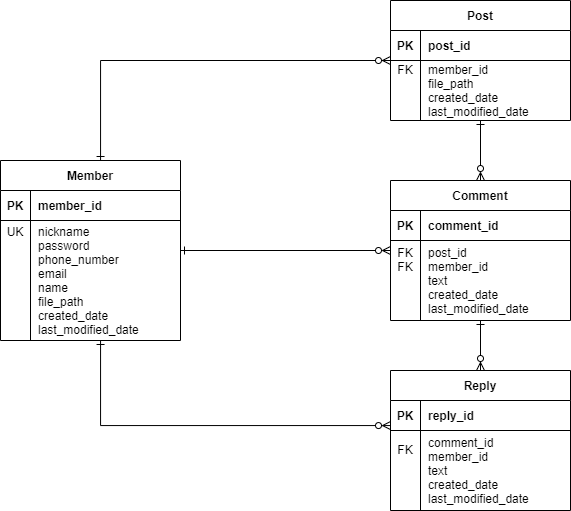
Above: Sprint1 Table.drawio.png in JunYoung-C/Instagram (draw.io), before the change. Source tidied: cells renumbered, new cells last; positions are measured from the earlier drawing's top-left corner, leaving out a move shared by most shapes. Its diagram source:
```xml
<mxGraphModel>
  <root>
    <mxCell id="0" />
    <mxCell id="1" parent="0" />
    <mxCell id="2" value="Member" style="shape=table;startSize=30;rowLines=0;fontStyle=1;align=center;" parent="1" vertex="1">
      <mxGeometry y="160" width="180" height="180" as="geometry" />
    </mxCell>
    <mxCell id="3" style="shape=tableRow;horizontal=0;startSize=0;swimlaneHead=0;swimlaneBody=0;fillColor=none;top=0;left=0;right=0;bottom=1;" parent="2" vertex="1">
      <mxGeometry y="30" width="180" height="30" as="geometry" />
    </mxCell>
    <mxCell id="4" value="PK" style="shape=partialRectangle;fillColor=none;top=0;left=0;bottom=0;right=0;fontStyle=1;overflow=hidden;" parent="3" vertex="1">
      <mxGeometry width="30" height="30" as="geometry" />
    </mxCell>
    <mxCell id="5" value="member_id" style="shape=partialRectangle;fillColor=none;top=0;left=0;bottom=0;right=0;align=left;spacingLeft=6;fontStyle=1;overflow=hidden;strokeColor=default;" parent="3" vertex="1">
      <mxGeometry x="30" width="150" height="30" as="geometry" />
    </mxCell>
    <mxCell id="6" style="shape=tableRow;horizontal=0;startSize=0;swimlaneHead=0;swimlaneBody=0;fillColor=none;top=0;left=0;right=0;bottom=0;" parent="2" vertex="1">
      <mxGeometry y="60" width="180" height="120" as="geometry" />
    </mxCell>
    <mxCell id="7" value="UK&#10;&#10;&#10;&#10;&#10;&#10;&#10;" style="shape=partialRectangle;fillColor=none;top=0;left=0;bottom=0;right=0;overflow=hidden;" parent="6" vertex="1">
      <mxGeometry width="30" height="120" as="geometry" />
    </mxCell>
    <mxCell id="8" value="nickname&#10;password&#10;phone_number&#10;email&#10;name&#10;file_path&#10;created_date&#10;last_modified_date" style="shape=partialRectangle;fillColor=none;top=0;left=0;bottom=0;right=0;align=left;spacingLeft=6;overflow=hidden;" parent="6" vertex="1">
      <mxGeometry x="30" width="150" height="120" as="geometry" />
    </mxCell>
    <mxCell id="9" value="Reply" style="shape=table;startSize=30;rowLines=0;fontStyle=1;align=center;" parent="1" vertex="1">
      <mxGeometry x="390" y="370" width="180" height="140" as="geometry" />
    </mxCell>
    <mxCell id="10" style="shape=tableRow;horizontal=0;startSize=0;swimlaneHead=0;swimlaneBody=0;fillColor=none;top=0;left=0;right=0;bottom=1;" parent="9" vertex="1">
      <mxGeometry y="30" width="180" height="30" as="geometry" />
    </mxCell>
    <mxCell id="11" value="PK" style="shape=partialRectangle;fillColor=none;top=0;left=0;bottom=0;right=0;fontStyle=1;overflow=hidden;" parent="10" vertex="1">
      <mxGeometry width="30" height="30" as="geometry" />
    </mxCell>
    <mxCell id="12" value="reply_id" style="shape=partialRectangle;fillColor=none;top=0;left=0;bottom=0;right=0;align=left;spacingLeft=6;fontStyle=1;overflow=hidden;" parent="10" vertex="1">
      <mxGeometry x="30" width="150" height="30" as="geometry" />
    </mxCell>
    <mxCell id="13" style="shape=tableRow;horizontal=0;startSize=0;swimlaneHead=0;swimlaneBody=0;fillColor=none;top=0;left=0;right=0;bottom=0;" parent="9" vertex="1">
      <mxGeometry y="60" width="180" height="80" as="geometry" />
    </mxCell>
    <mxCell id="14" value="FK&#10;&#10;&#10;" style="shape=partialRectangle;fillColor=none;top=0;left=0;bottom=0;right=0;overflow=hidden;" parent="13" vertex="1">
      <mxGeometry width="30" height="80" as="geometry" />
    </mxCell>
    <mxCell id="15" value="comment_id&#10;member_id&#10;text&#10;created_date&#10;last_modified_date" style="shape=partialRectangle;fillColor=none;top=0;left=0;bottom=0;right=0;align=left;spacingLeft=6;overflow=hidden;" parent="13" vertex="1">
      <mxGeometry x="30" width="150" height="80" as="geometry" />
    </mxCell>
    <mxCell id="16" value="Comment" style="shape=table;startSize=30;rowLines=0;fontStyle=1;align=center;" parent="1" vertex="1">
      <mxGeometry x="390" y="180" width="180" height="140" as="geometry" />
    </mxCell>
    <mxCell id="17" style="shape=tableRow;horizontal=0;startSize=0;swimlaneHead=0;swimlaneBody=0;fillColor=none;top=0;left=0;right=0;bottom=1;" parent="16" vertex="1">
      <mxGeometry y="30" width="180" height="30" as="geometry" />
    </mxCell>
    <mxCell id="18" value="PK" style="shape=partialRectangle;fillColor=none;top=0;left=0;bottom=0;right=0;fontStyle=1;overflow=hidden;" parent="17" vertex="1">
      <mxGeometry width="30" height="30" as="geometry" />
    </mxCell>
    <mxCell id="19" value="comment_id" style="shape=partialRectangle;fillColor=none;top=0;left=0;bottom=0;right=0;align=left;spacingLeft=6;fontStyle=1;overflow=hidden;" parent="17" vertex="1">
      <mxGeometry x="30" width="150" height="30" as="geometry" />
    </mxCell>
    <mxCell id="20" style="shape=tableRow;horizontal=0;startSize=0;swimlaneHead=0;swimlaneBody=0;fillColor=none;top=0;left=0;right=0;bottom=0;" parent="16" vertex="1">
      <mxGeometry y="60" width="180" height="80" as="geometry" />
    </mxCell>
    <mxCell id="21" value="FK&#10;FK&#10;&#10;&#10;" style="shape=partialRectangle;fillColor=none;top=0;left=0;bottom=0;right=0;overflow=hidden;" parent="20" vertex="1">
      <mxGeometry width="30" height="80" as="geometry" />
    </mxCell>
    <mxCell id="22" value="post_id&#10;member_id&#10;text&#10;created_date&#10;last_modified_date" style="shape=partialRectangle;fillColor=none;top=0;left=0;bottom=0;right=0;align=left;spacingLeft=6;overflow=hidden;" parent="20" vertex="1">
      <mxGeometry x="30" width="150" height="80" as="geometry" />
    </mxCell>
    <mxCell id="23" style="edgeStyle=orthogonalEdgeStyle;rounded=0;jettySize=auto;html=1;entryX=0.5;entryY=0;entryDx=0;entryDy=0;endArrow=ERzeroToMany;endFill=0;startArrow=ERone;startFill=0;" parent="1" edge="1" source="24" target="16">
      <mxGeometry relative="1" as="geometry" />
    </mxCell>
    <mxCell id="24" value="Post" style="shape=table;startSize=30;rowLines=0;fontStyle=1;align=center;" parent="1" vertex="1">
      <mxGeometry x="390" width="180" height="120" as="geometry" />
    </mxCell>
    <mxCell id="25" style="shape=tableRow;horizontal=0;startSize=0;swimlaneHead=0;swimlaneBody=0;fillColor=none;top=0;left=0;right=0;bottom=1;" parent="24" vertex="1">
      <mxGeometry y="30" width="180" height="30" as="geometry" />
    </mxCell>
    <mxCell id="26" value="PK" style="shape=partialRectangle;fillColor=none;top=0;left=0;bottom=0;right=0;fontStyle=1;overflow=hidden;" parent="25" vertex="1">
      <mxGeometry width="30" height="30" as="geometry" />
    </mxCell>
    <mxCell id="27" value="post_id" style="shape=partialRectangle;fillColor=none;top=0;left=0;bottom=0;right=0;align=left;spacingLeft=6;fontStyle=1;overflow=hidden;" parent="25" vertex="1">
      <mxGeometry x="30" width="150" height="30" as="geometry" />
    </mxCell>
    <mxCell id="28" style="shape=tableRow;horizontal=0;startSize=0;swimlaneHead=0;swimlaneBody=0;fillColor=none;top=0;left=0;right=0;bottom=0;" parent="24" vertex="1">
      <mxGeometry y="60" width="180" height="60" as="geometry" />
    </mxCell>
    <mxCell id="29" value="FK&#10;&#10;&#10;" style="shape=partialRectangle;fillColor=none;top=0;left=0;bottom=0;right=0;overflow=hidden;" parent="28" vertex="1">
      <mxGeometry width="30" height="60" as="geometry" />
    </mxCell>
    <mxCell id="30" value="member_id&#10;file_path&#10;created_date&#10;last_modified_date" style="shape=partialRectangle;fillColor=none;top=0;left=0;bottom=0;right=0;align=left;spacingLeft=6;overflow=hidden;" parent="28" vertex="1">
      <mxGeometry x="30" width="150" height="60" as="geometry" />
    </mxCell>
    <mxCell id="31" style="fontSize=12;html=1;endArrow=ERzeroToMany;endFill=1;rounded=0;startArrow=ERone;startFill=0;edgeStyle=orthogonalEdgeStyle;" parent="1" edge="1" source="2" target="24">
      <mxGeometry relative="1" as="geometry">
        <Array as="points">
          <mxPoint x="100" y="60" />
        </Array>
      </mxGeometry>
    </mxCell>
    <mxCell id="32" style="fontSize=12;html=1;endArrow=ERzeroToMany;endFill=1;rounded=0;entryX=0.5;entryY=0;entryDx=0;entryDy=0;exitX=0.5;exitY=1;exitDx=0;exitDy=0;startArrow=ERone;startFill=0;" parent="1" edge="1" source="16" target="9">
      <mxGeometry relative="1" as="geometry" />
    </mxCell>
    <mxCell id="33" style="edgeStyle=none;rounded=0;jettySize=auto;html=1;startArrow=ERone;startFill=0;endArrow=ERzeroToMany;endFill=0;" parent="1" edge="1" source="2" target="16">
      <mxGeometry relative="1" as="geometry" />
    </mxCell>
    <mxCell id="34" style="edgeStyle=orthogonalEdgeStyle;rounded=0;jettySize=auto;html=1;startArrow=ERone;startFill=0;endArrow=ERzeroToMany;endFill=0;" parent="1" edge="1" source="2" target="9">
      <mxGeometry relative="1" as="geometry">
        <Array as="points">
          <mxPoint x="100" y="425" />
        </Array>
      </mxGeometry>
    </mxCell>
  </root>
</mxGraphModel>
```
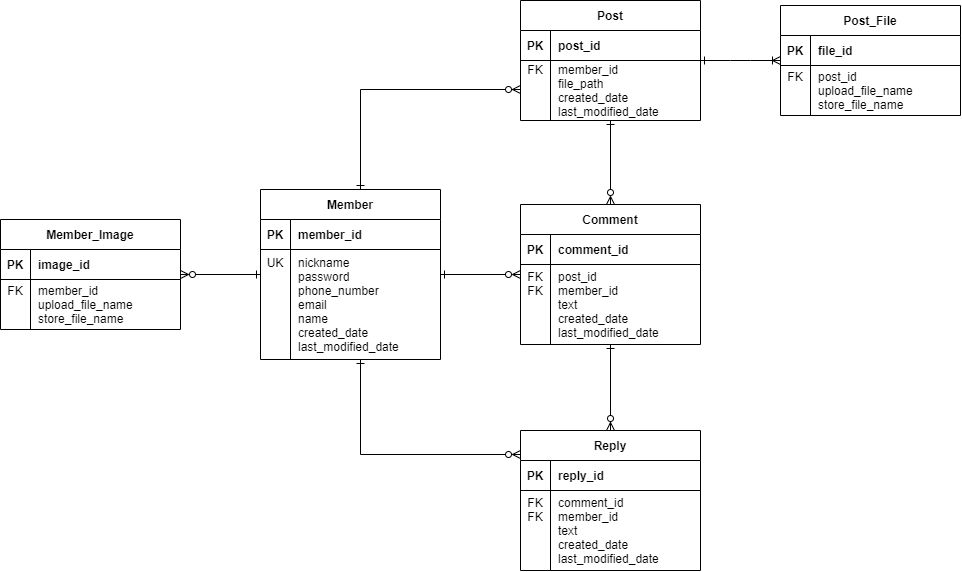
After the change.

Commit message:
docs: 파일 테이블 추가

What changed in the source:
```diff
@@ -3,7 +3,7 @@
     <mxCell id="0" />
     <mxCell id="1" parent="0" />
     <mxCell id="2" value="Member" style="shape=table;startSize=30;rowLines=0;fontStyle=1;align=center;" parent="1" vertex="1">
-      <mxGeometry y="160" width="180" height="180" as="geometry" />
+      <mxGeometry x="40" y="199" width="180" height="170" as="geometry" />
     </mxCell>
     <mxCell id="3" style="shape=tableRow;horizontal=0;startSize=0;swimlaneHead=0;swimlaneBody=0;fillColor=none;top=0;left=0;right=0;bottom=1;" parent="2" vertex="1">
       <mxGeometry y="30" width="180" height="30" as="geometry" />
@@ -15,16 +15,16 @@
       <mxGeometry x="30" width="150" height="30" as="geometry" />
     </mxCell>
     <mxCell id="6" style="shape=tableRow;horizontal=0;startSize=0;swimlaneHead=0;swimlaneBody=0;fillColor=none;top=0;left=0;right=0;bottom=0;" parent="2" vertex="1">
-      <mxGeometry y="60" width="180" height="120" as="geometry" />
+      <mxGeometry y="60" width="180" height="110" as="geometry" />
     </mxCell>
-    <mxCell id="7" value="UK&#10;&#10;&#10;&#10;&#10;&#10;&#10;" style="shape=partialRectangle;fillColor=none;top=0;left=0;bottom=0;right=0;overflow=hidden;" parent="6" vertex="1">
-      <mxGeometry width="30" height="120" as="geometry" />
+    <mxCell id="7" value="UK&#10;&#10;&#10;&#10;&#10;&#10;" style="shape=partialRectangle;fillColor=none;top=0;left=0;bottom=0;right=0;overflow=hidden;" parent="6" vertex="1">
+      <mxGeometry width="30" height="110" as="geometry" />
     </mxCell>
-    <mxCell id="8" value="nickname&#10;password&#10;phone_number&#10;email&#10;name&#10;file_path&#10;created_date&#10;last_modified_date" style="shape=partialRectangle;fillColor=none;top=0;left=0;bottom=0;right=0;align=left;spacingLeft=6;overflow=hidden;" parent="6" vertex="1">
-      <mxGeometry x="30" width="150" height="120" as="geometry" />
+    <mxCell id="8" value="nickname&#10;password&#10;phone_number&#10;email&#10;name&#10;created_date&#10;last_modified_date" style="shape=partialRectangle;fillColor=none;top=0;left=0;bottom=0;right=0;align=left;spacingLeft=6;overflow=hidden;" parent="6" vertex="1">
+      <mxGeometry x="30" width="150" height="110" as="geometry" />
     </mxCell>
     <mxCell id="9" value="Reply" style="shape=table;startSize=30;rowLines=0;fontStyle=1;align=center;" parent="1" vertex="1">
-      <mxGeometry x="390" y="370" width="180" height="140" as="geometry" />
+      <mxGeometry x="300" y="440" width="180" height="140" as="geometry" />
     </mxCell>
     <mxCell id="10" style="shape=tableRow;horizontal=0;startSize=0;swimlaneHead=0;swimlaneBody=0;fillColor=none;top=0;left=0;right=0;bottom=1;" parent="9" vertex="1">
       <mxGeometry y="30" width="180" height="30" as="geometry" />
@@ -38,14 +38,14 @@
     <mxCell id="13" style="shape=tableRow;horizontal=0;startSize=0;swimlaneHead=0;swimlaneBody=0;fillColor=none;top=0;left=0;right=0;bottom=0;" parent="9" vertex="1">
       <mxGeometry y="60" width="180" height="80" as="geometry" />
     </mxCell>
-    <mxCell id="14" value="FK&#10;&#10;&#10;" style="shape=partialRectangle;fillColor=none;top=0;left=0;bottom=0;right=0;overflow=hidden;" parent="13" vertex="1">
+    <mxCell id="14" value="FK&#10;FK&#10;&#10;&#10;" style="shape=partialRectangle;fillColor=none;top=0;left=0;bottom=0;right=0;overflow=hidden;" parent="13" vertex="1">
       <mxGeometry width="30" height="80" as="geometry" />
     </mxCell>
     <mxCell id="15" value="comment_id&#10;member_id&#10;text&#10;created_date&#10;last_modified_date" style="shape=partialRectangle;fillColor=none;top=0;left=0;bottom=0;right=0;align=left;spacingLeft=6;overflow=hidden;" parent="13" vertex="1">
       <mxGeometry x="30" width="150" height="80" as="geometry" />
     </mxCell>
     <mxCell id="16" value="Comment" style="shape=table;startSize=30;rowLines=0;fontStyle=1;align=center;" parent="1" vertex="1">
-      <mxGeometry x="390" y="180" width="180" height="140" as="geometry" />
+      <mxGeometry x="300" y="214" width="180" height="140" as="geometry" />
     </mxCell>
     <mxCell id="17" style="shape=tableRow;horizontal=0;startSize=0;swimlaneHead=0;swimlaneBody=0;fillColor=none;top=0;left=0;right=0;bottom=1;" parent="16" vertex="1">
       <mxGeometry y="30" width="180" height="30" as="geometry" />
@@ -69,7 +69,7 @@
       <mxGeometry relative="1" as="geometry" />
     </mxCell>
     <mxCell id="24" value="Post" style="shape=table;startSize=30;rowLines=0;fontStyle=1;align=center;" parent="1" vertex="1">
-      <mxGeometry x="390" width="180" height="120" as="geometry" />
+      <mxGeometry x="300" y="10" width="180" height="120" as="geometry" />
     </mxCell>
     <mxCell id="25" style="shape=tableRow;horizontal=0;startSize=0;swimlaneHead=0;swimlaneBody=0;fillColor=none;top=0;left=0;right=0;bottom=1;" parent="24" vertex="1">
       <mxGeometry y="30" width="180" height="30" as="geometry" />
@@ -92,7 +92,7 @@
     <mxCell id="31" style="fontSize=12;html=1;endArrow=ERzeroToMany;endFill=1;rounded=0;startArrow=ERone;startFill=0;edgeStyle=orthogonalEdgeStyle;" parent="1" edge="1" source="2" target="24">
       <mxGeometry relative="1" as="geometry">
         <Array as="points">
-          <mxPoint x="100" y="60" />
+          <mxPoint x="140" y="99" />
         </Array>
       </mxGeometry>
     </mxCell>
@@ -105,9 +105,57 @@
     <mxCell id="34" style="edgeStyle=orthogonalEdgeStyle;rounded=0;jettySize=auto;html=1;startArrow=ERone;startFill=0;endArrow=ERzeroToMany;endFill=0;" parent="1" edge="1" source="2" target="9">
       <mxGeometry relative="1" as="geometry">
         <Array as="points">
-          <mxPoint x="100" y="425" />
+          <mxPoint x="140" y="464" />
         </Array>
       </mxGeometry>
     </mxCell>
+    <mxCell id="35" value="Post_File" style="shape=table;startSize=30;rowLines=0;fontStyle=1;align=center;" parent="1" vertex="1">
+      <mxGeometry x="560" y="15" width="180" height="110" as="geometry" />
+    </mxCell>
+    <mxCell id="36" style="shape=tableRow;horizontal=0;startSize=0;swimlaneHead=0;swimlaneBody=0;fillColor=none;top=0;left=0;right=0;bottom=1;" parent="35" vertex="1">
+      <mxGeometry y="30" width="180" height="30" as="geometry" />
+    </mxCell>
+    <mxCell id="37" value="PK" style="shape=partialRectangle;fillColor=none;top=0;left=0;bottom=0;right=0;fontStyle=1;overflow=hidden;" parent="36" vertex="1">
+      <mxGeometry width="30" height="30" as="geometry" />
+    </mxCell>
+    <mxCell id="38" value="file_id" style="shape=partialRectangle;fillColor=none;top=0;left=0;bottom=0;right=0;align=left;spacingLeft=6;fontStyle=1;overflow=hidden;" parent="36" vertex="1">
+      <mxGeometry x="30" width="150" height="30" as="geometry" />
+    </mxCell>
+    <mxCell id="39" style="shape=tableRow;horizontal=0;startSize=0;swimlaneHead=0;swimlaneBody=0;fillColor=none;top=0;left=0;right=0;bottom=0;" parent="35" vertex="1">
+      <mxGeometry y="60" width="180" height="50" as="geometry" />
+    </mxCell>
+    <mxCell id="40" value="FK&#10;&#10;" style="shape=partialRectangle;fillColor=none;top=0;left=0;bottom=0;right=0;overflow=hidden;" parent="39" vertex="1">
+      <mxGeometry width="30" height="50" as="geometry" />
+    </mxCell>
+    <mxCell id="41" value="post_id&#10;upload_file_name&#10;store_file_name" style="shape=partialRectangle;fillColor=none;top=0;left=0;bottom=0;right=0;align=left;spacingLeft=6;overflow=hidden;" parent="39" vertex="1">
+      <mxGeometry x="30" width="150" height="50" as="geometry" />
+    </mxCell>
+    <mxCell id="42" value="Member_Image" style="shape=table;startSize=30;rowLines=0;fontStyle=1;align=center;" parent="1" vertex="1">
+      <mxGeometry x="-220" y="229" width="180" height="110" as="geometry" />
+    </mxCell>
+    <mxCell id="43" style="shape=tableRow;horizontal=0;startSize=0;swimlaneHead=0;swimlaneBody=0;fillColor=none;top=0;left=0;right=0;bottom=1;" parent="42" vertex="1">
+      <mxGeometry y="30" width="180" height="30" as="geometry" />
+    </mxCell>
+    <mxCell id="44" value="PK" style="shape=partialRectangle;fillColor=none;top=0;left=0;bottom=0;right=0;fontStyle=1;overflow=hidden;" parent="43" vertex="1">
+      <mxGeometry width="30" height="30" as="geometry" />
+    </mxCell>
+    <mxCell id="45" value="image_id" style="shape=partialRectangle;fillColor=none;top=0;left=0;bottom=0;right=0;align=left;spacingLeft=6;fontStyle=1;overflow=hidden;" parent="43" vertex="1">
+      <mxGeometry x="30" width="150" height="30" as="geometry" />
+    </mxCell>
+    <mxCell id="46" style="shape=tableRow;horizontal=0;startSize=0;swimlaneHead=0;swimlaneBody=0;fillColor=none;top=0;left=0;right=0;bottom=0;" parent="42" vertex="1">
+      <mxGeometry y="60" width="180" height="50" as="geometry" />
+    </mxCell>
+    <mxCell id="47" value="FK&#10;&#10;" style="shape=partialRectangle;fillColor=none;top=0;left=0;bottom=0;right=0;overflow=hidden;" parent="46" vertex="1">
+      <mxGeometry width="30" height="50" as="geometry" />
+    </mxCell>
+    <mxCell id="48" value="member_id&#10;upload_file_name&#10;store_file_name" style="shape=partialRectangle;fillColor=none;top=0;left=0;bottom=0;right=0;align=left;spacingLeft=6;overflow=hidden;" parent="46" vertex="1">
+      <mxGeometry x="30" width="150" height="50" as="geometry" />
+    </mxCell>
+    <mxCell id="49" style="endArrow=ERone;html=1;rounded=0;startArrow=ERzeroToMany;startFill=0;endFill=0;" parent="1" edge="1" source="42" target="2">
+      <mxGeometry relative="1" as="geometry" />
+    </mxCell>
+    <mxCell id="50" style="edgeStyle=entityRelationEdgeStyle;fontSize=12;html=1;endArrow=ERoneToMany;rounded=0;endFill=0;startArrow=ERone;startFill=0;" parent="1" edge="1" source="24" target="35">
+      <mxGeometry relative="1" as="geometry" />
+    </mxCell>
   </root>
 </mxGraphModel>
```
